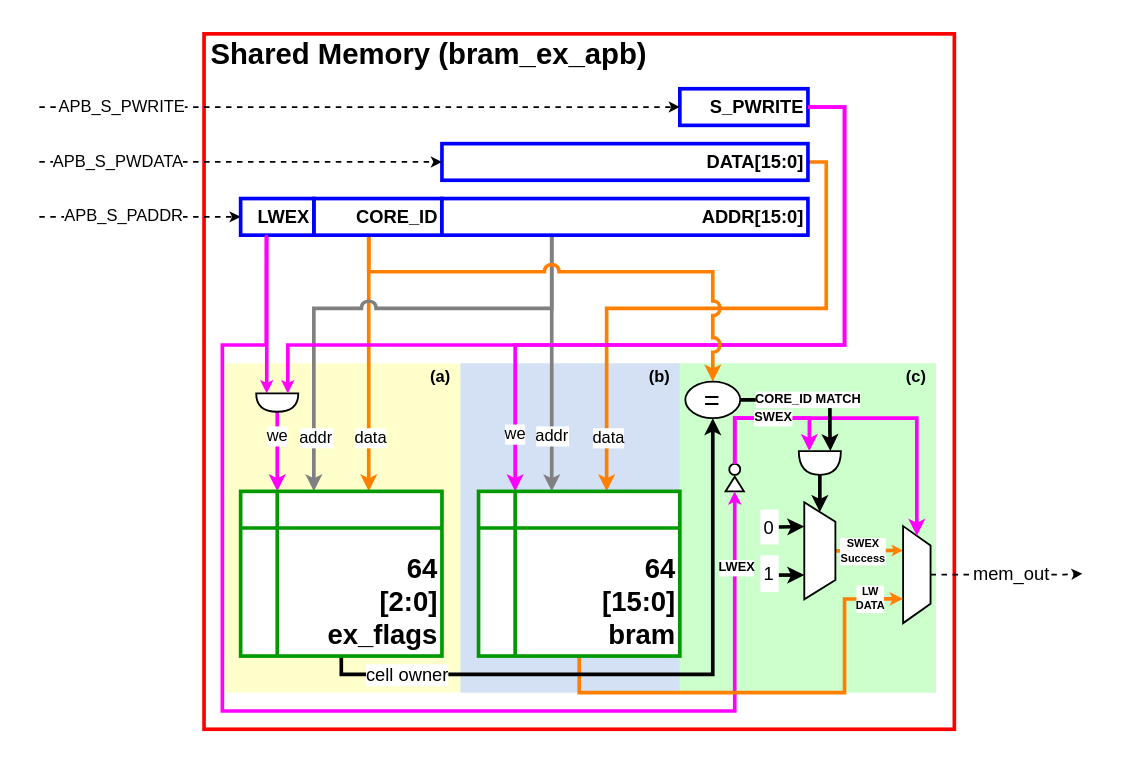
Above: docs/img/bram_ex.drawio in bendl/vmicro16 (draw.io), before the change. Source tidied: cells renumbered, new cells numbered last; positions are measured from the earlier drawing's top-left corner, leaving out a move shared by most shapes. Both pictures are drawn from the tidied source at 183%, with x=0, y=0 at pixel (38, 33).
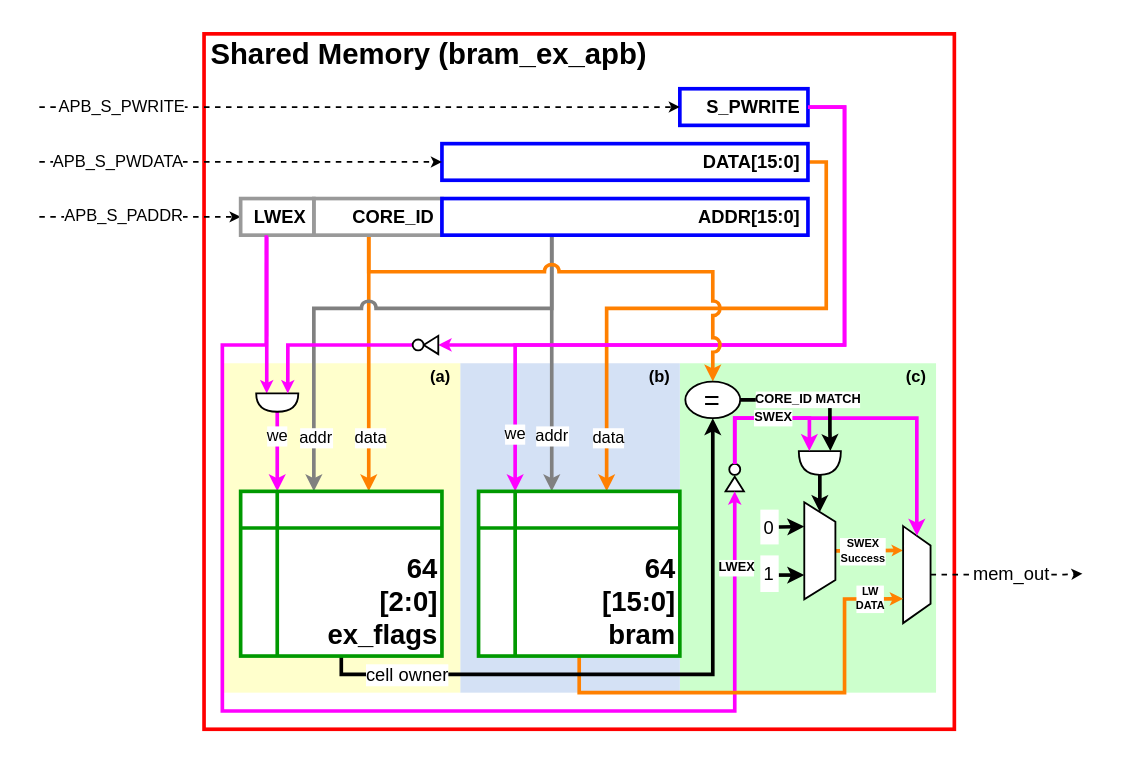
The same page after the edit.

The change refers to these unchanged cells:
```xml
<mxCell id="21" style="shape=or;whiteSpace=wrap;html=1;strokeColor=#000000;strokeWidth=1;fillColor=#ffffff;fontSize=9;align=right;rotation=90;gradientColor=none;" parent="1" vertex="1">
  <mxGeometry x="125" y="190" width="10" height="23" as="geometry" />
</mxCell>
```

Diff of the diagram source:
```diff
@@
-    <mxCell id="13" value="DATA[15:0]&lt;br style=&quot;font-size: 10px;&quot;&gt;" style="rounded=0;whiteSpace=wrap;html=1;strokeColor=#0000FF;strokeWidth=2;fontSize=10;align=right;fontStyle=1;" parent="1" vertex="1">
+    <mxCell id="13" value="DATA[15:0]&lt;br style=&quot;font-size: 10px;&quot;&gt;" style="rounded=0;whiteSpace=wrap;html=1;strokeColor=#0000FF;strokeWidth=2;fontSize=10;align=right;fontStyle=1;spacingRight=2;" parent="1" vertex="1">
       <mxGeometry x="220" y="60" width="200" height="20" as="geometry" />
     </mxCell>
@@
-    <mxCell id="15" value="S_PWRITE" style="rounded=0;whiteSpace=wrap;html=1;strokeColor=#0000FF;strokeWidth=2;fontSize=10;align=right;fontStyle=1;" parent="1" vertex="1">
+    <mxCell id="15" value="S_PWRITE" style="rounded=0;whiteSpace=wrap;html=1;strokeColor=#0000FF;strokeWidth=2;fontSize=10;align=right;fontStyle=1;spacingRight=2;" parent="1" vertex="1">
       <mxGeometry x="350" y="30" width="70" height="20" as="geometry" />
     </mxCell>
@@
-    <mxCell id="22" style="edgeStyle=orthogonalEdgeStyle;rounded=0;jumpStyle=none;jettySize=auto;html=1;exitX=1;exitY=0.5;exitDx=0;exitDy=0;strokeWidth=2;fontSize=9;strokeColor=#FF00FF;entryX=0;entryY=0.25;entryDx=0;entryDy=0;entryPerimeter=0;endSize=1;startSize=3;" parent="1" edge="1" source="15" target="21">
+    <mxCell id="22" style="edgeStyle=orthogonalEdgeStyle;rounded=0;jumpStyle=none;jettySize=auto;html=1;exitX=1;exitY=0.5;exitDx=0;exitDy=0;strokeWidth=2;fontSize=9;strokeColor=#FF00FF;endSize=1;startSize=3;entryX=0;entryY=0.5;entryDx=0;entryDy=0;" parent="1" edge="1" source="15" target="49">
       <mxGeometry x="0.85" relative="1" as="geometry">
         <Array as="points">
           <mxPoint x="440" y="40" />
           <mxPoint x="440" y="170" />
-          <mxPoint x="136" y="170" />
         </Array>
       </mxGeometry>
     </mxCell>
@@
-    <mxCell id="25" value="CORE_ID" style="rounded=0;whiteSpace=wrap;html=1;strokeColor=#0000FF;strokeWidth=2;fontSize=10;align=right;fontStyle=1;" parent="1" vertex="1">
+    <mxCell id="25" value="CORE_ID" style="rounded=0;whiteSpace=wrap;html=1;strokeColor=#999999;strokeWidth=2;fontSize=10;align=right;fontStyle=1;spacingRight=2;" parent="1" vertex="1">
       <mxGeometry x="150" y="90" width="70" height="20" as="geometry" />
     </mxCell>
-    <mxCell id="26" value="ADDR[15:0]&lt;br style=&quot;font-size: 10px;&quot;&gt;" style="rounded=0;whiteSpace=wrap;html=1;strokeColor=#0000FF;strokeWidth=2;fontSize=10;align=right;fontStyle=1;" parent="1" vertex="1">
+    <mxCell id="26" value="ADDR[15:0]&lt;br style=&quot;font-size: 10px;&quot;&gt;" style="rounded=0;whiteSpace=wrap;html=1;strokeColor=#0000FF;strokeWidth=2;fontSize=10;align=right;fontStyle=1;spacingRight=2;" parent="1" vertex="1">
       <mxGeometry x="220" y="90" width="200" height="20" as="geometry" />
     </mxCell>
-    <mxCell id="27" value="LWEX" style="rounded=0;whiteSpace=wrap;html=1;strokeColor=#0000FF;strokeWidth=2;fontSize=10;align=right;fontStyle=1;" parent="1" vertex="1">
+    <mxCell id="27" value="LWEX" style="rounded=0;whiteSpace=wrap;html=1;strokeColor=#999999;strokeWidth=2;fontSize=10;align=right;fontStyle=1;spacingRight=2;" parent="1" vertex="1">
       <mxGeometry x="110" y="90" width="40" height="20" as="geometry" />
     </mxCell>
@@
+    <mxCell id="49" style="triangle;whiteSpace=wrap;html=1;strokeColor=#000000;strokeWidth=1;fillColor=#ffffff;gradientColor=none;fontSize=10;align=center;rotation=180;" parent="1" vertex="1">
+      <mxGeometry x="210" y="165" width="8" height="10" as="geometry" />
+    </mxCell>
+    <mxCell id="50" style="edgeStyle=orthogonalEdgeStyle;rounded=0;jettySize=auto;html=1;exitX=0;exitY=0.5;exitDx=0;exitDy=0;entryX=0;entryY=0.25;entryDx=0;entryDy=0;entryPerimeter=0;endSize=1;strokeColor=#FF00FF;strokeWidth=2;" parent="1" edge="1" source="51" target="21">
+      <mxGeometry relative="1" as="geometry" />
+    </mxCell>
+    <mxCell id="51" style="ellipse;whiteSpace=wrap;html=1;strokeColor=#000000;strokeWidth=1;fillColor=#ffffff;gradientColor=none;fontSize=10;align=center;" parent="1" vertex="1">
+      <mxGeometry x="204" y="167" width="6" height="6" as="geometry" />
+    </mxCell>
```
